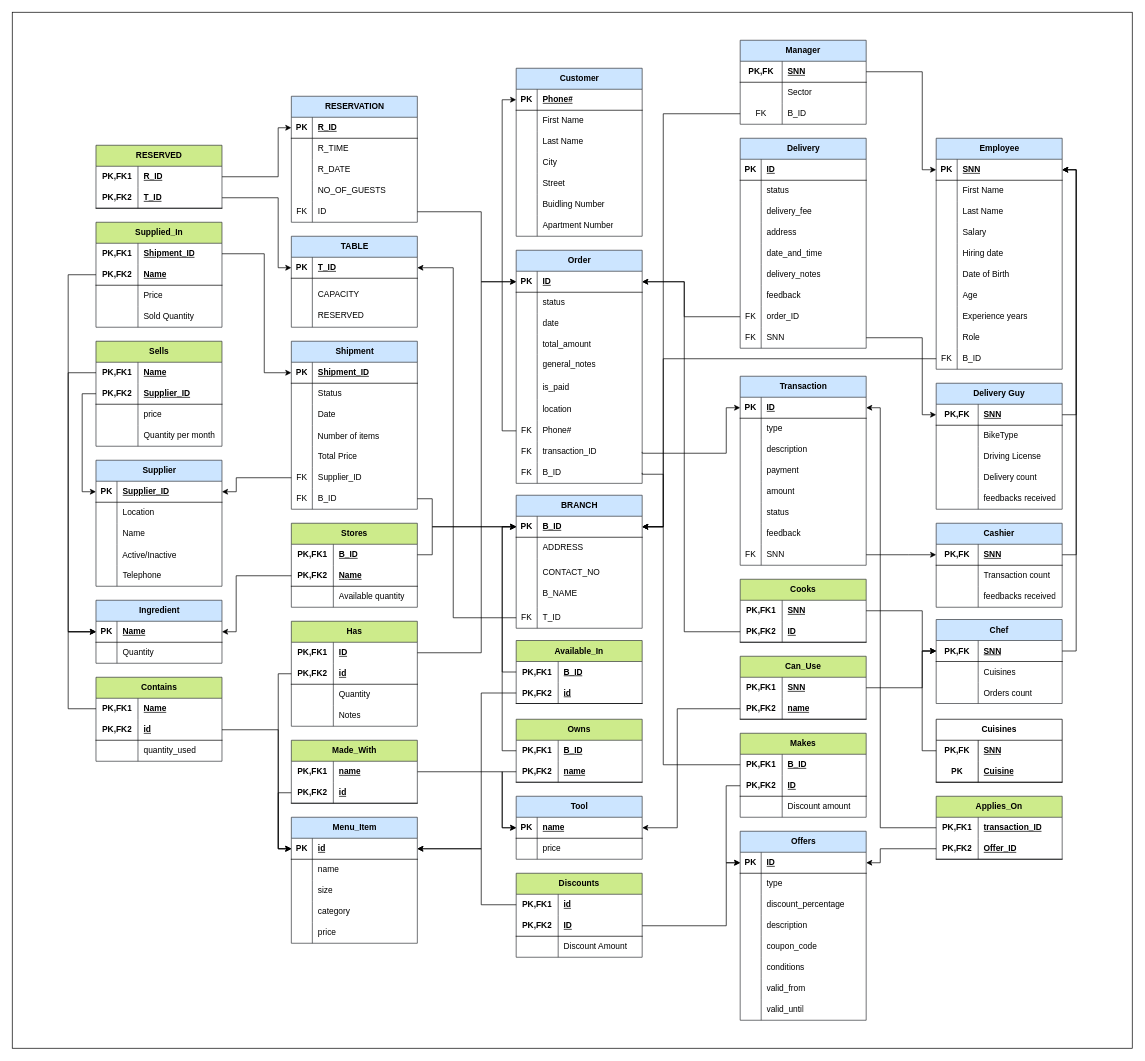
Before: relational_model.drawio in Deadreyo/Restaurant-Franchise-SQL-Database, a draw.io diagram. Source tidied: cells renumbered, new cells numbered last; positions are measured from the earlier drawing's top-left corner, leaving out a move shared by most shapes. Both pictures are drawn from the tidied source at 70%, with x=0, y=0 at pixel (12, 12).
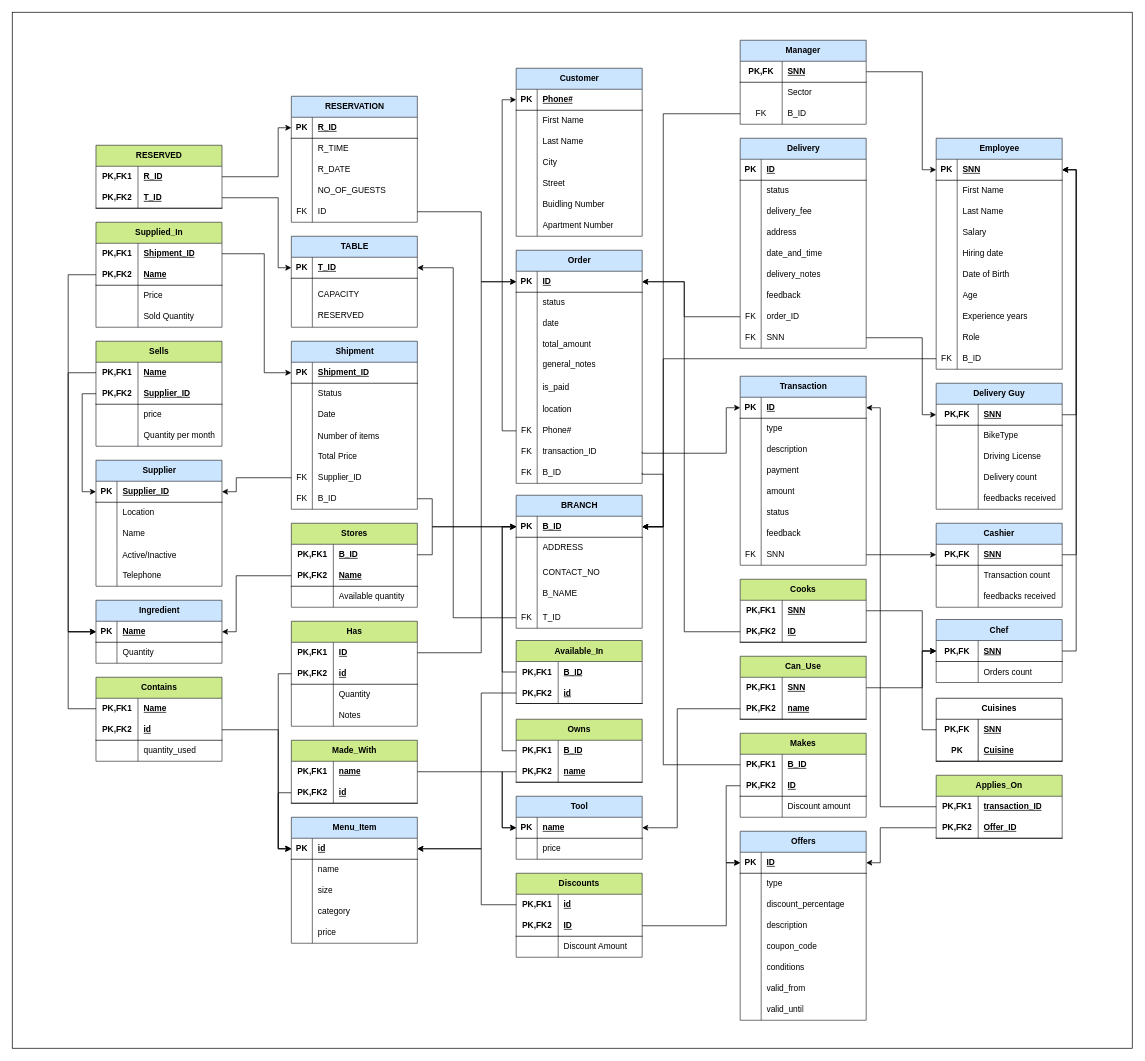
Above is the later version.

The change refers to these unchanged cells:
```xml
<mxCell id="4" style="shape=tableRow;horizontal=0;startSize=0;swimlaneHead=0;swimlaneBody=0;fillColor=none;points=[[0,0.5],[1,0.5]];portConstraint=eastwest;top=0;left=0;right=0;bottom=0;html=1;" parent="3" vertex="1">
  <mxGeometry y="30" width="180" height="30" as="geometry" />
</mxCell>
<mxCell id="7" style="shape=tableRow;horizontal=0;startSize=0;swimlaneHead=0;swimlaneBody=0;fillColor=none;points=[[0,0.5],[1,0.5]];portConstraint=eastwest;top=0;left=0;right=0;bottom=1;html=1;" parent="3" vertex="1">
  <mxGeometry y="60" width="180" height="30" as="geometry" />
</mxCell>
<mxCell id="259" style="shape=tableRow;horizontal=0;startSize=0;swimlaneHead=0;swimlaneBody=0;fillColor=none;points=[[0,0.5],[1,0.5]];portConstraint=eastwest;top=0;left=0;right=0;bottom=1;" parent="258" vertex="1">
  <mxGeometry y="30" width="180" height="30" as="geometry" />
</mxCell>
<mxCell id="312" style="shape=tableRow;horizontal=0;startSize=0;swimlaneHead=0;swimlaneBody=0;fillColor=none;points=[[0,0.5],[1,0.5]];portConstraint=eastwest;top=0;left=0;right=0;bottom=1;" parent="311" vertex="1">
  <mxGeometry y="30" width="180" height="30" as="geometry" />
</mxCell>
```

What changed in the source:
```diff
@@
     <mxCell id="3" value="Applies_On" style="shape=table;startSize=30;childLayout=tableLayout;rowLines=0;fontStyle=1;align=center;html=1;whiteSpace=wrap;fillColor=#cdeb8b;strokeColor=#36393d;" parent="1" vertex="1">
-      <mxGeometry x="1319.9" y="1120" width="180" height="90" as="geometry" />
+      <mxGeometry x="1319.9" y="1090" width="180" height="90" as="geometry" />
     </mxCell>
@@
     <mxCell id="10" style="edgeStyle=orthogonalEdgeStyle;rounded=0;jettySize=auto;html=1;entryX=1;entryY=0.5;entryDx=0;entryDy=0;exitX=0;exitY=0.5;exitDx=0;exitDy=0;" parent="1" edge="1" source="4" target="312">
       <mxGeometry relative="1" as="geometry">
         <Array as="points">
-          <mxPoint x="1240" y="1165" />
+          <mxPoint x="1240" y="1135" />
           <mxPoint x="1240" y="565" />
         </Array>
       </mxGeometry>
     </mxCell>
     <mxCell id="11" style="edgeStyle=orthogonalEdgeStyle;rounded=0;jettySize=auto;html=1;entryX=1;entryY=0.5;entryDx=0;entryDy=0;exitX=0;exitY=0.5;exitDx=0;exitDy=0;" parent="1" edge="1" source="7" target="259">
       <mxGeometry relative="1" as="geometry">
         <Array as="points">
-          <mxPoint x="1240" y="1195" />
+          <mxPoint x="1240" y="1165" />
           <mxPoint x="1240" y="1215" />
         </Array>
       </mxGeometry>
     </mxCell>
@@
     <mxCell id="423" value="Chef" style="shape=table;startSize=30;childLayout=tableLayout;rowLines=0;fontStyle=1;align=center;html=1;whiteSpace=wrap;fillColor=#cce5ff;strokeColor=#36393d;" parent="1" vertex="1">
-      <mxGeometry x="1319.9" y="867.5" width="180" height="120" as="geometry" />
+      <mxGeometry x="1319.9" y="867.5" width="180" height="90" as="geometry" />
     </mxCell>
@@
-    <mxCell id="427" style="shape=tableRow;horizontal=0;startSize=0;swimlaneHead=0;swimlaneBody=0;fillColor=none;top=0;left=0;right=0;bottom=0;html=1;" parent="423" vertex="1">
-      <mxGeometry y="60" width="180" height="30" as="geometry" />
-    </mxCell>
-    <mxCell id="428" style="shape=partialRectangle;fillColor=none;top=0;left=0;bottom=0;right=0;overflow=hidden;html=1;whiteSpace=wrap;" parent="427" vertex="1">
-      <mxGeometry width="60" height="30" as="geometry" />
-    </mxCell>
-    <mxCell id="429" value="&lt;span style=&quot;text-align: center;&quot;&gt;Cuisines&lt;/span&gt;" style="shape=partialRectangle;fillColor=none;top=0;left=0;bottom=0;right=0;align=left;spacingLeft=6;overflow=hidden;html=1;whiteSpace=wrap;" parent="427" vertex="1">
-      <mxGeometry x="60" width="120" height="30" as="geometry" />
-    </mxCell>
     <mxCell id="430" style="shape=tableRow;horizontal=0;startSize=0;swimlaneHead=0;swimlaneBody=0;fillColor=none;top=0;left=0;right=0;bottom=0;html=1;" parent="423" vertex="1">
-      <mxGeometry y="90" width="180" height="30" as="geometry" />
+      <mxGeometry y="60" width="180" height="30" as="geometry" />
     </mxCell>
@@
     <mxCell id="487" value="Cuisines" style="shape=table;startSize=30;childLayout=tableLayout;rowLines=0;fontStyle=1;align=center;html=1;whiteSpace=wrap;" parent="1" vertex="1">
-      <mxGeometry x="1319.9" y="1010" width="180" height="90" as="geometry" />
+      <mxGeometry x="1319.9" y="980" width="180" height="90" as="geometry" />
     </mxCell>
```
